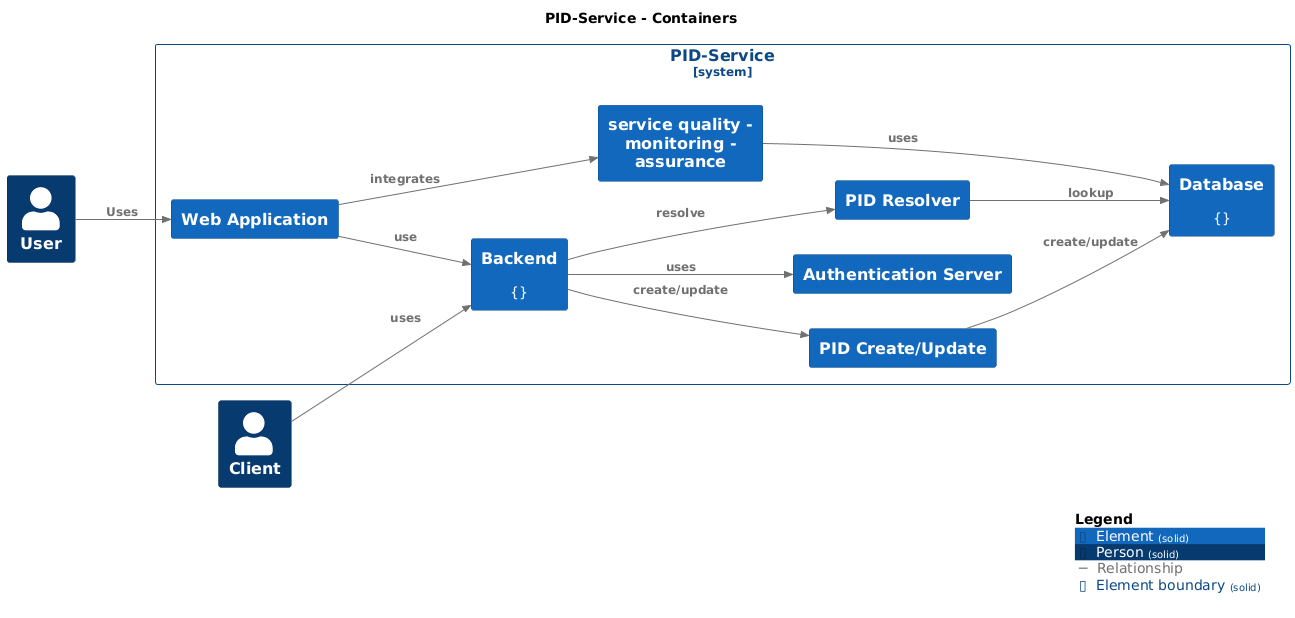
Earlier version of the PlantUML export master/png/Container-001.png (bingert/PID-System-C4-Model). Source of this version:
```plantuml
@startuml
set separator none
title PID-Service - Containers

left to right direction

!include <C4/C4>
!include <C4/C4_Context>
!include <C4/C4_Container>

AddElementTag("Element", $bgColor="#1168bd", $borderColor="#0b4884", $fontColor="#ffffff", $sprite="", $shadowing="", $borderStyle="solid")
AddElementTag("Person", $bgColor="#073b6f", $borderColor="#04294d", $fontColor="#ffffff", $sprite="", $shadowing="", $borderStyle="solid")

AddRelTag("Relationship", $textColor="#707070", $lineColor="#707070", $lineStyle = "")

AddBoundaryTag("Element", $bgColor="#ffffff", $borderColor="#0b4884", $fontColor="#0b4884", $shadowing="", $borderStyle="solid")

Person(User, "User", $descr="", $tags="Person", $link="")
Person(Client, "Client", $descr="", $tags="Person", $link="")

System_Boundary("PIDService_boundary", "PID-Service", $tags="Element") {
  Container(PIDService.AuthenticationServer, "Authentication Server", $techn="", $descr="", $tags="Element", $link="")
  Container(PIDService.PIDResolver, "PID Resolver", $techn="", $descr="", $tags="Element", $link="")
  Container(PIDService.PIDCreateUpdate, "PID Create/Update", $techn="", $descr="", $tags="Element", $link="")
  Container(PIDService.servicequalitymonitoringassurance, "service quality - monitoring - assurance", $techn="", $descr="", $tags="Element", $link="")
  Container(PIDService.WebApplication, "Web Application", $techn="", $descr="", $tags="Element", $link="")
  Container(PIDService.Database, "Database", $techn="", $descr="{}", $tags="Element", $link="")
  Container(PIDService.Backend, "Backend", $techn="", $descr="{}", $tags="Element", $link="")
}

Rel(PIDService.Backend, PIDService.PIDResolver, "resolve", $techn="", $tags="Relationship", $link="")
Rel(PIDService.Backend, PIDService.PIDCreateUpdate, "create/update", $techn="", $tags="Relationship", $link="")
Rel(PIDService.Backend, PIDService.AuthenticationServer, "uses", $techn="", $tags="Relationship", $link="")
Rel(PIDService.WebApplication, PIDService.Backend, "use", $techn="", $tags="Relationship", $link="")
Rel(PIDService.PIDResolver, PIDService.Database, "lookup", $techn="", $tags="Relationship", $link="")
Rel(PIDService.PIDCreateUpdate, PIDService.Database, "create/update", $techn="", $tags="Relationship", $link="")
Rel(PIDService.servicequalitymonitoringassurance, PIDService.Database, "uses", $techn="", $tags="Relationship", $link="")
Rel(PIDService.WebApplication, PIDService.servicequalitymonitoringassurance, "integrates", $techn="", $tags="Relationship", $link="")
Rel(User, PIDService.WebApplication, "Uses", $techn="", $tags="Relationship", $link="")
Rel(Client, PIDService.Backend, "uses", $techn="", $tags="Relationship", $link="")

SHOW_LEGEND(true)
@enduml
```
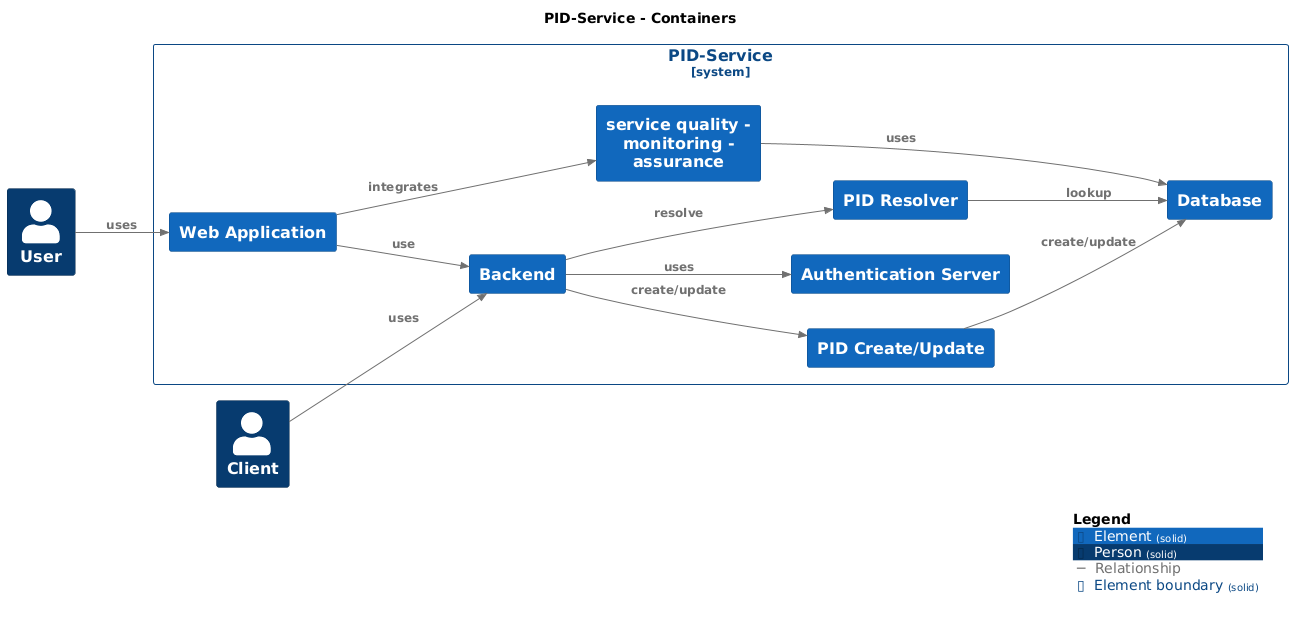
The same file after the commit.

What changed in the source:
```diff
@@ -24,8 +24,8 @@
   Container(PIDService.PIDCreateUpdate, "PID Create/Update", $techn="", $descr="", $tags="Element", $link="")
   Container(PIDService.servicequalitymonitoringassurance, "service quality - monitoring - assurance", $techn="", $descr="", $tags="Element", $link="")
   Container(PIDService.WebApplication, "Web Application", $techn="", $descr="", $tags="Element", $link="")
-  Container(PIDService.Database, "Database", $techn="", $descr="{}", $tags="Element", $link="")
-  Container(PIDService.Backend, "Backend", $techn="", $descr="{}", $tags="Element", $link="")
+  Container(PIDService.Database, "Database", $techn="", $descr="", $tags="Element", $link="")
+  Container(PIDService.Backend, "Backend", $techn="", $descr="", $tags="Element", $link="")
 }
 
 Rel(PIDService.Backend, PIDService.PIDResolver, "resolve", $techn="", $tags="Relationship", $link="")
@@ -36,7 +36,7 @@
 Rel(PIDService.PIDCreateUpdate, PIDService.Database, "create/update", $techn="", $tags="Relationship", $link="")
 Rel(PIDService.servicequalitymonitoringassurance, PIDService.Database, "uses", $techn="", $tags="Relationship", $link="")
 Rel(PIDService.WebApplication, PIDService.servicequalitymonitoringassurance, "integrates", $techn="", $tags="Relationship", $link="")
-Rel(User, PIDService.WebApplication, "Uses", $techn="", $tags="Relationship", $link="")
+Rel(User, PIDService.WebApplication, "uses", $techn="", $tags="Relationship", $link="")
 Rel(Client, PIDService.Backend, "uses", $techn="", $tags="Relationship", $link="")
 
 SHOW_LEGEND(true)
```
